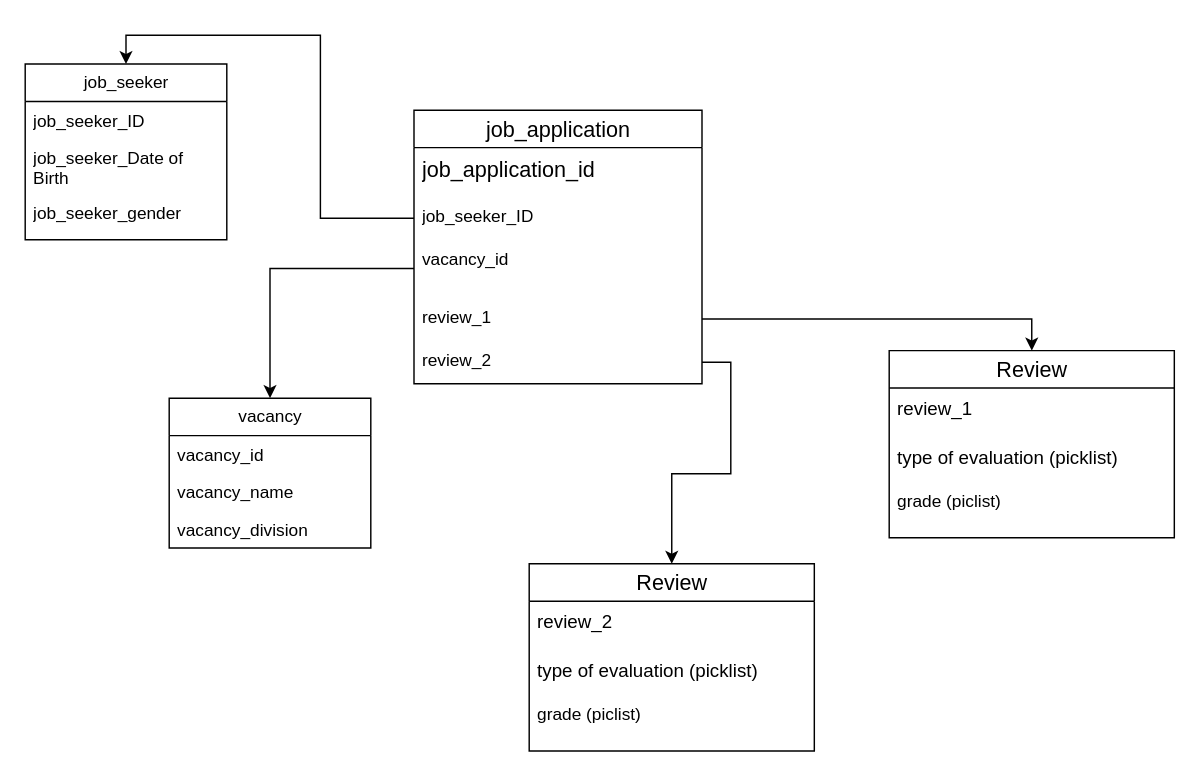
Earlier version of the draw.io diagram Диаграмма без названия.drawio (stanislav-email/second-project). Source tidied: cells renumbered, new cells numbered last; positions are measured from the earlier drawing's top-left corner, leaving out a move shared by most shapes. Both pictures are drawn from the tidied source at 144%, with x=0, y=0 at pixel (24, 63).
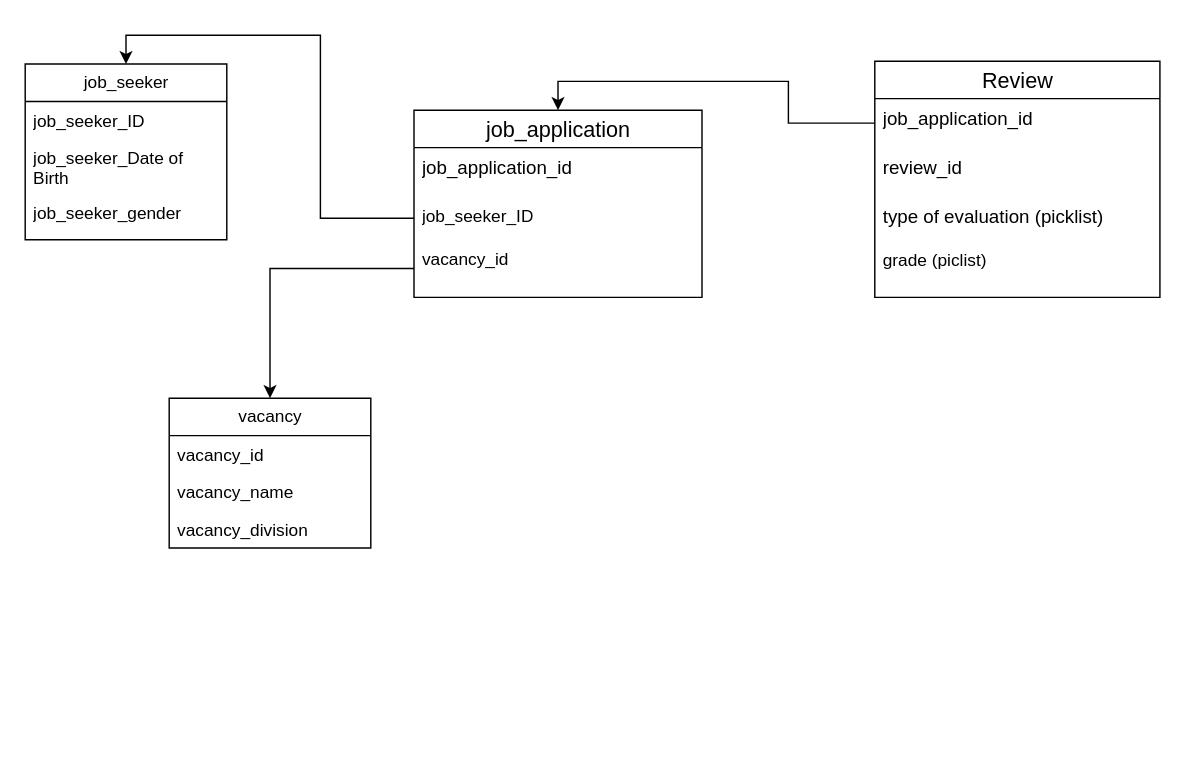
The same diagram, later.

Change to the diagram source:
```diff
@@
     <mxCell id="10" value="&lt;span style=&quot;font-size: 15px; text-align: left;&quot;&gt;Review&lt;/span&gt;" style="swimlane;fontStyle=0;horizontal=1;startSize=26;fillColor=none;html=1;" parent="1" vertex="1">
-      <mxGeometry x="600" y="199" width="198" height="130" as="geometry" />
+      <mxGeometry x="590" y="-2" width="198" height="164" as="geometry" />
     </mxCell>
+    <mxCell id="26" value="&lt;font style=&quot;&quot;&gt;&lt;font style=&quot;font-size: 13px;&quot;&gt;job_application_id&lt;/font&gt;&lt;br&gt;&lt;/font&gt;" style="text;strokeColor=none;fillColor=none;align=left;verticalAlign=top;spacingLeft=4;spacingRight=4;overflow=hidden;points=[[0,0.5],[1,0.5]];portConstraint=eastwest;whiteSpace=wrap;html=1;" parent="10" vertex="1">
+      <mxGeometry y="26" width="198" height="34" as="geometry" />
+    </mxCell>
-    <mxCell id="11" value="&lt;font style=&quot;font-size: 13px;&quot;&gt;review_1&lt;br&gt;&lt;/font&gt;" style="text;strokeColor=none;fillColor=none;align=left;verticalAlign=top;spacingLeft=4;spacingRight=4;overflow=hidden;whiteSpace=wrap;html=1;" parent="10" vertex="1">
-      <mxGeometry y="26" width="198" height="34" as="geometry" />
+    <mxCell id="11" value="&lt;font style=&quot;font-size: 13px;&quot;&gt;review_id&lt;br&gt;&lt;/font&gt;" style="text;strokeColor=none;fillColor=none;align=left;verticalAlign=top;spacingLeft=4;spacingRight=4;overflow=hidden;whiteSpace=wrap;html=1;" parent="10" vertex="1">
+      <mxGeometry y="60" width="198" height="34" as="geometry" />
     </mxCell>
     <mxCell id="12" value="&lt;span style=&quot;font-size: 13px;&quot;&gt;type of evaluation (picklist)&lt;br&gt;&lt;br&gt;&lt;/span&gt;grade (piclist)&lt;br&gt;&lt;br&gt;" style="text;strokeColor=none;fillColor=none;align=left;verticalAlign=top;spacingLeft=4;spacingRight=4;overflow=hidden;whiteSpace=wrap;html=1;" parent="10" vertex="1">
-      <mxGeometry y="60" width="198" height="70" as="geometry" />
+      <mxGeometry y="94" width="198" height="70" as="geometry" />
     </mxCell>
     <mxCell id="13" value="&lt;div style=&quot;text-align: left;&quot;&gt;&lt;span style=&quot;background-color: initial; font-size: 15px;&quot;&gt;job_application&lt;/span&gt;&lt;/div&gt;" style="swimlane;fontStyle=0;horizontal=1;startSize=26;fillColor=none;html=1;" parent="1" vertex="1">
-      <mxGeometry x="270" y="32" width="200" height="190" as="geometry" />
+      <mxGeometry x="270" y="32" width="200" height="130" as="geometry" />
     </mxCell>
-    <mxCell id="14" value="&lt;font style=&quot;font-size: 13px;&quot;&gt;&lt;span style=&quot;font-size: 15px;&quot;&gt;job_application_id&lt;/span&gt;&lt;br&gt;&lt;/font&gt;" style="text;strokeColor=none;fillColor=none;align=left;verticalAlign=top;spacingLeft=4;spacingRight=4;overflow=hidden;whiteSpace=wrap;html=1;" parent="13" vertex="1">
+    <mxCell id="14" value="&lt;font style=&quot;&quot;&gt;&lt;font style=&quot;font-size: 13px;&quot;&gt;job_application_id&lt;/font&gt;&lt;br&gt;&lt;/font&gt;" style="text;strokeColor=none;fillColor=none;align=left;verticalAlign=top;spacingLeft=4;spacingRight=4;overflow=hidden;whiteSpace=wrap;html=1;" parent="13" vertex="1">
       <mxGeometry y="26" width="200" height="34" as="geometry" />
     </mxCell>
@@
-    <mxCell id="17" value="review_1" style="text;strokeColor=none;fillColor=none;align=left;verticalAlign=top;spacingLeft=4;spacingRight=4;overflow=hidden;points=[[0,0.5],[1,0.5]];portConstraint=eastwest;whiteSpace=wrap;html=1;" parent="13" vertex="1">
-      <mxGeometry y="130" width="200" height="30" as="geometry" />
-    </mxCell>
-    <mxCell id="18" value="review_2" style="text;strokeColor=none;fillColor=none;align=left;verticalAlign=top;spacingLeft=4;spacingRight=4;overflow=hidden;points=[[0,0.5],[1,0.5]];portConstraint=eastwest;whiteSpace=wrap;html=1;" parent="13" vertex="1">
-      <mxGeometry y="160" width="200" height="30" as="geometry" />
-    </mxCell>
@@
-    <mxCell id="21" style="edgeStyle=orthogonalEdgeStyle;rounded=0;jettySize=auto;html=1;entryX=0.5;entryY=0;entryDx=0;entryDy=0;" parent="1" edge="1" source="17" target="10">
-      <mxGeometry relative="1" as="geometry" />
-    </mxCell>
-    <mxCell id="22" value="&lt;span style=&quot;font-size: 15px; text-align: left;&quot;&gt;Review&lt;/span&gt;" style="swimlane;fontStyle=0;horizontal=1;startSize=26;fillColor=none;html=1;" parent="1" vertex="1">
-      <mxGeometry x="350" y="347" width="198" height="130" as="geometry" />
-    </mxCell>
-    <mxCell id="23" value="&lt;font style=&quot;font-size: 13px;&quot;&gt;review_2&lt;br&gt;&lt;/font&gt;" style="text;strokeColor=none;fillColor=none;align=left;verticalAlign=top;spacingLeft=4;spacingRight=4;overflow=hidden;whiteSpace=wrap;html=1;" parent="22" vertex="1">
-      <mxGeometry y="26" width="198" height="34" as="geometry" />
-    </mxCell>
-    <mxCell id="24" value="&lt;span style=&quot;font-size: 13px;&quot;&gt;type of evaluation (picklist)&lt;br&gt;&lt;br&gt;&lt;/span&gt;grade (piclist)&lt;br&gt;&lt;br&gt;" style="text;strokeColor=none;fillColor=none;align=left;verticalAlign=top;spacingLeft=4;spacingRight=4;overflow=hidden;whiteSpace=wrap;html=1;" parent="22" vertex="1">
-      <mxGeometry y="60" width="198" height="70" as="geometry" />
-    </mxCell>
-    <mxCell id="25" style="edgeStyle=orthogonalEdgeStyle;rounded=0;jettySize=auto;html=1;entryX=0.5;entryY=0;entryDx=0;entryDy=0;" parent="1" edge="1" source="18" target="22">
-      <mxGeometry relative="1" as="geometry" />
-    </mxCell>
+    <mxCell id="27" style="edgeStyle=orthogonalEdgeStyle;rounded=0;jettySize=auto;html=1;entryX=0.5;entryY=0;entryDx=0;entryDy=0;fontSize=13;" parent="1" edge="1" source="26" target="13">
+      <mxGeometry relative="1" as="geometry" />
+    </mxCell>
```
